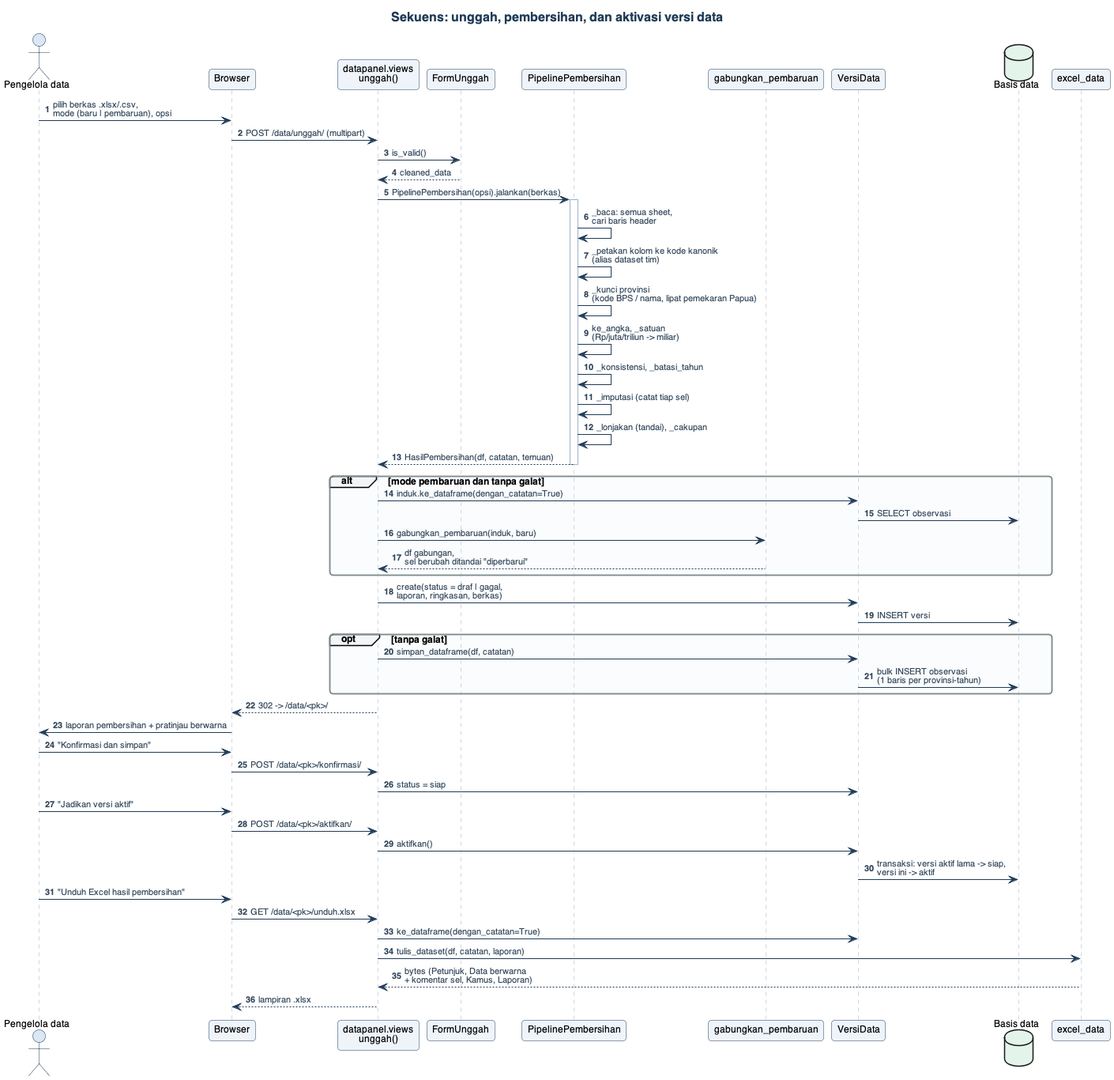
Atha-Mawardi/RDSI_Kemeninves keeps this PlantUML diagram as 02 Code/Simulator-Investasi/docs/uml/png/05_sekuens_unggah.png. Above is the earlier version. Source of this version:
```plantuml
@startuml 05_sekuens_unggah
!include _gaya.iuml
title Sekuens: unggah, pembersihan, dan aktivasi versi data
autonumber

actor "Pengelola data" as U
participant "Browser" as B
participant "datapanel.views\nunggah()" as V
participant "FormUnggah" as F
participant "PipelinePembersihan" as P
participant "gabungkan_pembaruan" as G
participant "VersiData" as VD
database "Basis data" as DB
participant "excel_data" as X

U -> B : pilih berkas .xlsx/.csv,\nmode (baru | pembaruan), opsi
B -> V : POST /data/unggah/ (multipart)
V -> F : is_valid()
F --> V : cleaned_data
V -> P : PipelinePembersihan(opsi).jalankan(berkas)
activate P
P -> P : _baca: semua sheet,\ncari baris header
P -> P : _petakan kolom ke kode kanonik\n(alias dataset tim)
P -> P : _kunci provinsi\n(kode BPS / nama, lipat pemekaran Papua)
P -> P : ke_angka, _satuan\n(Rp/juta/triliun -> miliar)
P -> P : _konsistensi, _batasi_tahun
P -> P : _imputasi (catat tiap sel)
P -> P : _lonjakan (tandai), _cakupan
P --> V : HasilPembersihan(df, catatan, temuan)
deactivate P

alt mode pembaruan dan tanpa galat
  V -> VD : induk.ke_dataframe(dengan_catatan=True)
  VD -> DB : SELECT observasi
  V -> G : gabungkan_pembaruan(induk, baru)
  G --> V : df gabungan,\nsel berubah ditandai "diperbarui"
end

V -> VD : create(status = draf | gagal,\nlaporan, ringkasan, berkas)
VD -> DB : INSERT versi
opt tanpa galat
  V -> VD : simpan_dataframe(df, catatan)
  VD -> DB : bulk INSERT observasi\n(1 baris per provinsi-tahun)
end
V --> B : 302 -> /data/<pk>/
B -> U : laporan pembersihan + pratinjau berwarna

U -> B : "Konfirmasi dan simpan"
B -> V : POST /data/<pk>/konfirmasi/
V -> VD : status = siap
U -> B : "Jadikan versi aktif"
B -> V : POST /data/<pk>/aktifkan/
V -> VD : aktifkan()
VD -> DB : transaksi: versi aktif lama -> siap,\nversi ini -> aktif

U -> B : "Unduh Excel hasil pembersihan"
B -> V : GET /data/<pk>/unduh.xlsx
V -> VD : ke_dataframe(dengan_catatan=True)
V -> X : tulis_dataset(df, catatan, laporan)
X --> V : bytes (Petunjuk, Data berwarna\n+ komentar sel, Kamus, Laporan)
V --> B : lampiran .xlsx
@enduml
```
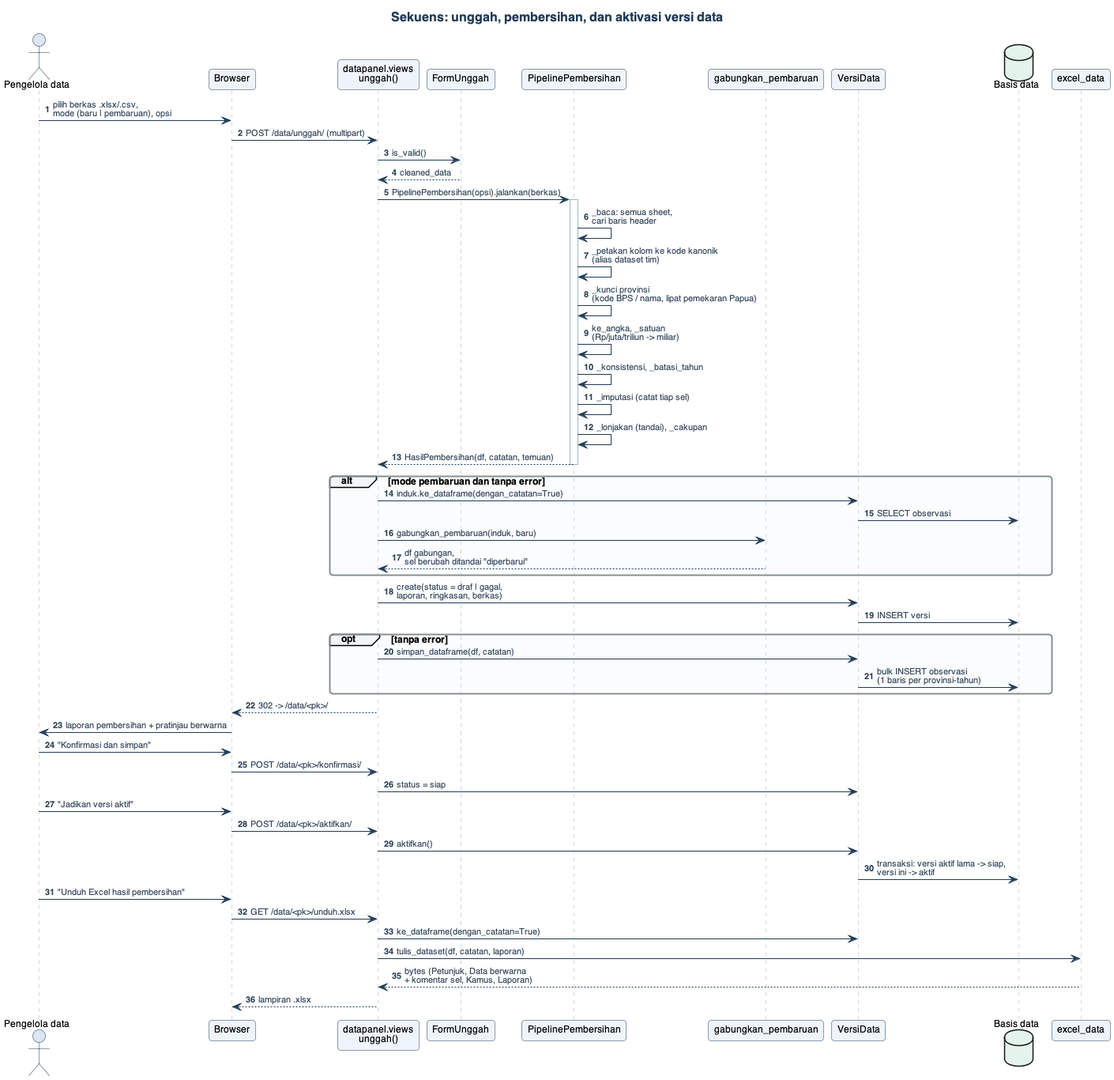
Above is the later version.

The edit, as a diff of the source:
```diff
@@ -29,7 +29,7 @@
 P --> V : HasilPembersihan(df, catatan, temuan)
 deactivate P
 
-alt mode pembaruan dan tanpa galat
+alt mode pembaruan dan tanpa error
   V -> VD : induk.ke_dataframe(dengan_catatan=True)
   VD -> DB : SELECT observasi
   V -> G : gabungkan_pembaruan(induk, baru)
@@ -38,7 +38,7 @@
 
 V -> VD : create(status = draf | gagal,\nlaporan, ringkasan, berkas)
 VD -> DB : INSERT versi
-opt tanpa galat
+opt tanpa error
   V -> VD : simpan_dataframe(df, catatan)
   VD -> DB : bulk INSERT observasi\n(1 baris per provinsi-tahun)
 end
```
